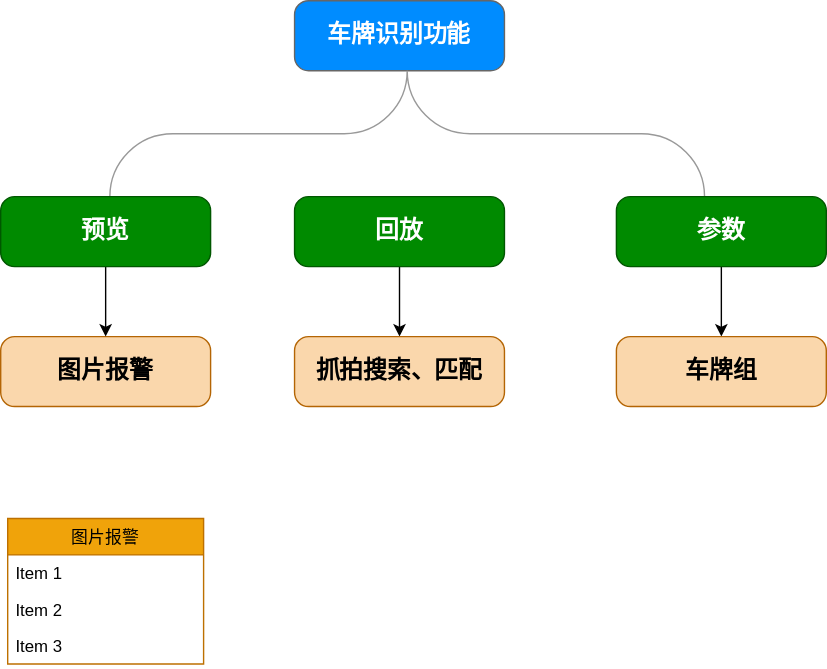
wing-cen/testPage keeps this draw.io diagram as 车牌识别.svg. Above is the earlier version. Source tidied: cells renumbered, new cells last; positions are measured from the earlier drawing's top-left corner, leaving out a move shared by most shapes.
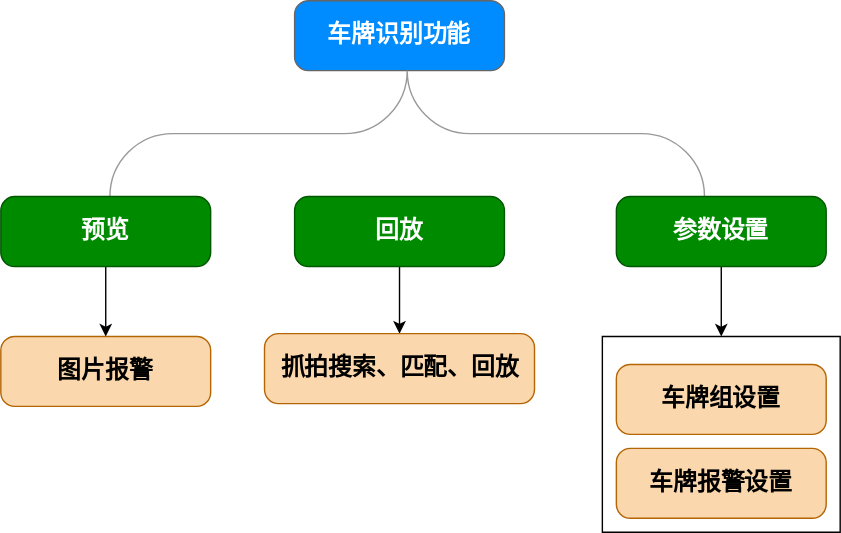
Later version of the same file.

Commit message:
更新车牌识别.svg

Change to the diagram source:
```diff
@@ -11,10 +11,12 @@
     <mxCell id="4" value="图片报警" style="strokeWidth=1;shadow=0;dashed=0;align=center;html=1;shape=mxgraph.mockup.buttons.button;strokeColor=#b46504;mainText=;buttonStyle=round;fontSize=17;fontStyle=1;fillColor=#fad7ac;whiteSpace=wrap;" parent="1" vertex="1">
       <mxGeometry y="240" width="150" height="50" as="geometry" />
     </mxCell>
-    <mxCell id="5" style="edgeStyle=orthogonalEdgeStyle;rounded=0;jettySize=auto;html=1;" parent="1" edge="1" source="6" target="12">
-      <mxGeometry relative="1" as="geometry" />
+    <mxCell id="5" style="edgeStyle=orthogonalEdgeStyle;rounded=0;jettySize=auto;html=1;" parent="1" edge="1" source="6">
+      <mxGeometry relative="1" as="geometry">
+        <mxPoint x="515" y="240" as="targetPoint" />
+      </mxGeometry>
     </mxCell>
-    <mxCell id="6" value="参数" style="strokeWidth=1;shadow=0;dashed=0;align=center;html=1;shape=mxgraph.mockup.buttons.button;strokeColor=#005700;mainText=;buttonStyle=round;fontSize=17;fontStyle=1;fillColor=#008a00;whiteSpace=wrap;fontColor=#ffffff;" parent="1" vertex="1">
+    <mxCell id="6" value="参数设置" style="strokeWidth=1;shadow=0;dashed=0;align=center;html=1;shape=mxgraph.mockup.buttons.button;strokeColor=#005700;mainText=;buttonStyle=round;fontSize=17;fontStyle=1;fillColor=#008a00;whiteSpace=wrap;fontColor=#ffffff;" parent="1" vertex="1">
       <mxGeometry x="440" y="140" width="150" height="50" as="geometry" />
     </mxCell>
     <mxCell id="7" style="edgeStyle=orthogonalEdgeStyle;rounded=0;jettySize=auto;html=1;" parent="1" edge="1" source="8" target="11">
@@ -29,23 +31,17 @@
     <mxCell id="10" value="预览" style="strokeWidth=1;shadow=0;dashed=0;align=center;html=1;shape=mxgraph.mockup.buttons.button;strokeColor=#005700;mainText=;buttonStyle=round;fontSize=17;fontStyle=1;fillColor=#008a00;whiteSpace=wrap;fontColor=#ffffff;" parent="1" vertex="1">
       <mxGeometry y="140" width="150" height="50" as="geometry" />
     </mxCell>
-    <mxCell id="11" value="抓拍搜索、匹配" style="strokeWidth=1;shadow=0;dashed=0;align=center;html=1;shape=mxgraph.mockup.buttons.button;strokeColor=#b46504;mainText=;buttonStyle=round;fontSize=17;fontStyle=1;fillColor=#fad7ac;whiteSpace=wrap;" parent="1" vertex="1">
-      <mxGeometry x="210" y="240" width="150" height="50" as="geometry" />
+    <mxCell id="11" value="抓拍搜索、匹配、回放" style="strokeWidth=1;shadow=0;dashed=0;align=center;html=1;shape=mxgraph.mockup.buttons.button;strokeColor=#b46504;mainText=;buttonStyle=round;fontSize=17;fontStyle=1;fillColor=#fad7ac;whiteSpace=wrap;" parent="1" vertex="1">
+      <mxGeometry x="188.5" y="238" width="193" height="50" as="geometry" />
     </mxCell>
-    <mxCell id="12" value="车牌组" style="strokeWidth=1;shadow=0;dashed=0;align=center;html=1;shape=mxgraph.mockup.buttons.button;strokeColor=#b46504;mainText=;buttonStyle=round;fontSize=17;fontStyle=1;fillColor=#fad7ac;whiteSpace=wrap;" parent="1" vertex="1">
-      <mxGeometry x="440" y="240" width="150" height="50" as="geometry" />
-    </mxCell>
-    <mxCell id="13" value="图片报警" style="swimlane;fontStyle=0;horizontal=1;startSize=26;fillColor=#f0a30a;strokeColor=#BD7000;fontColor=#000000;" parent="1" vertex="1">
-      <mxGeometry x="5" y="370" width="140" height="104" as="geometry" />
-    </mxCell>
-    <mxCell id="14" value="Item 1" style="text;strokeColor=none;fillColor=none;align=left;verticalAlign=top;spacingLeft=4;spacingRight=4;overflow=hidden;" parent="13" vertex="1">
-      <mxGeometry y="26" width="140" height="26" as="geometry" />
-    </mxCell>
-    <mxCell id="15" value="Item 2" style="text;strokeColor=none;fillColor=none;align=left;verticalAlign=top;spacingLeft=4;spacingRight=4;overflow=hidden;" parent="13" vertex="1">
-      <mxGeometry y="52" width="140" height="26" as="geometry" />
-    </mxCell>
-    <mxCell id="16" value="Item 3" style="text;strokeColor=none;fillColor=none;align=left;verticalAlign=top;spacingLeft=4;spacingRight=4;overflow=hidden;" parent="13" vertex="1">
-      <mxGeometry y="78" width="140" height="26" as="geometry" />
-    </mxCell>
+    <mxCell id="17" style="verticalLabelPosition=bottom;verticalAlign=top;html=1;shape=mxgraph.basic.rect;fillColor2=none;strokeWidth=1;size=20;indent=5;" parent="1" vertex="1">
+      <mxGeometry x="430" y="240" width="170" height="140" as="geometry" />
+    </mxCell>
+    <mxCell id="18" value="车牌组设置" style="strokeWidth=1;shadow=0;dashed=0;align=center;html=1;shape=mxgraph.mockup.buttons.button;strokeColor=#b46504;mainText=;buttonStyle=round;fontSize=17;fontStyle=1;fillColor=#fad7ac;whiteSpace=wrap;" parent="1" vertex="1">
+      <mxGeometry x="440" y="260" width="150" height="50" as="geometry" />
+    </mxCell>
+    <mxCell id="19" value="车牌报警设置" style="strokeWidth=1;shadow=0;dashed=0;align=center;html=1;shape=mxgraph.mockup.buttons.button;strokeColor=#b46504;mainText=;buttonStyle=round;fontSize=17;fontStyle=1;fillColor=#fad7ac;whiteSpace=wrap;" parent="1" vertex="1">
+      <mxGeometry x="440" y="320" width="150" height="50" as="geometry" />
+    </mxCell>
   </root>
 </mxGraphModel>
```
